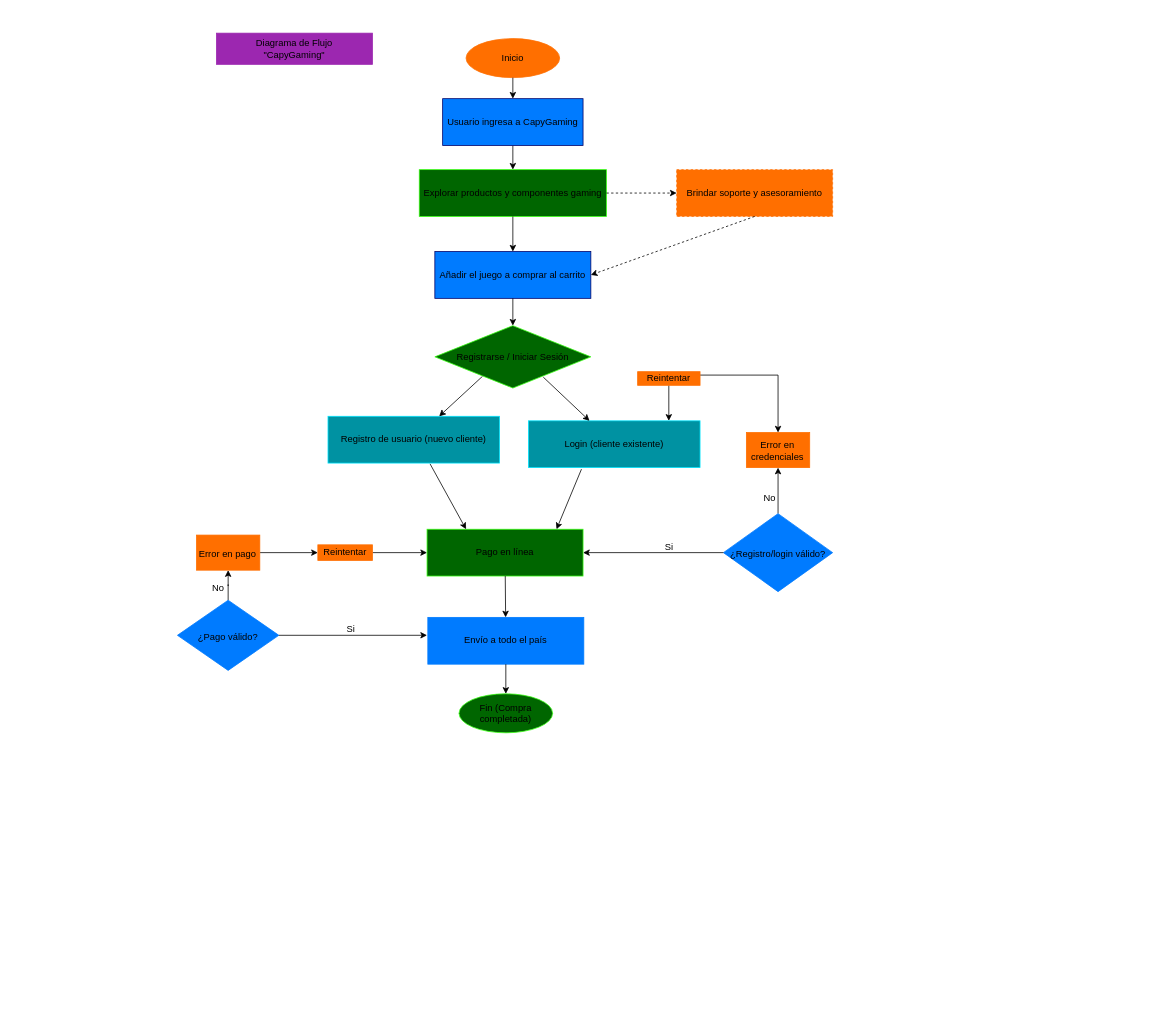
Above: Diagrama de flujo/capygaming_diagrama.drawio in PowerSystem2024/CapyGaming-CarpinchosProgramando (draw.io), before the change. Source tidied: cells renumbered, new cells numbered last; positions are measured from the earlier drawing's top-left corner, leaving out a move shared by most shapes. Both pictures are drawn from the tidied source at 78%, with x=0, y=0 at pixel (177, 33).
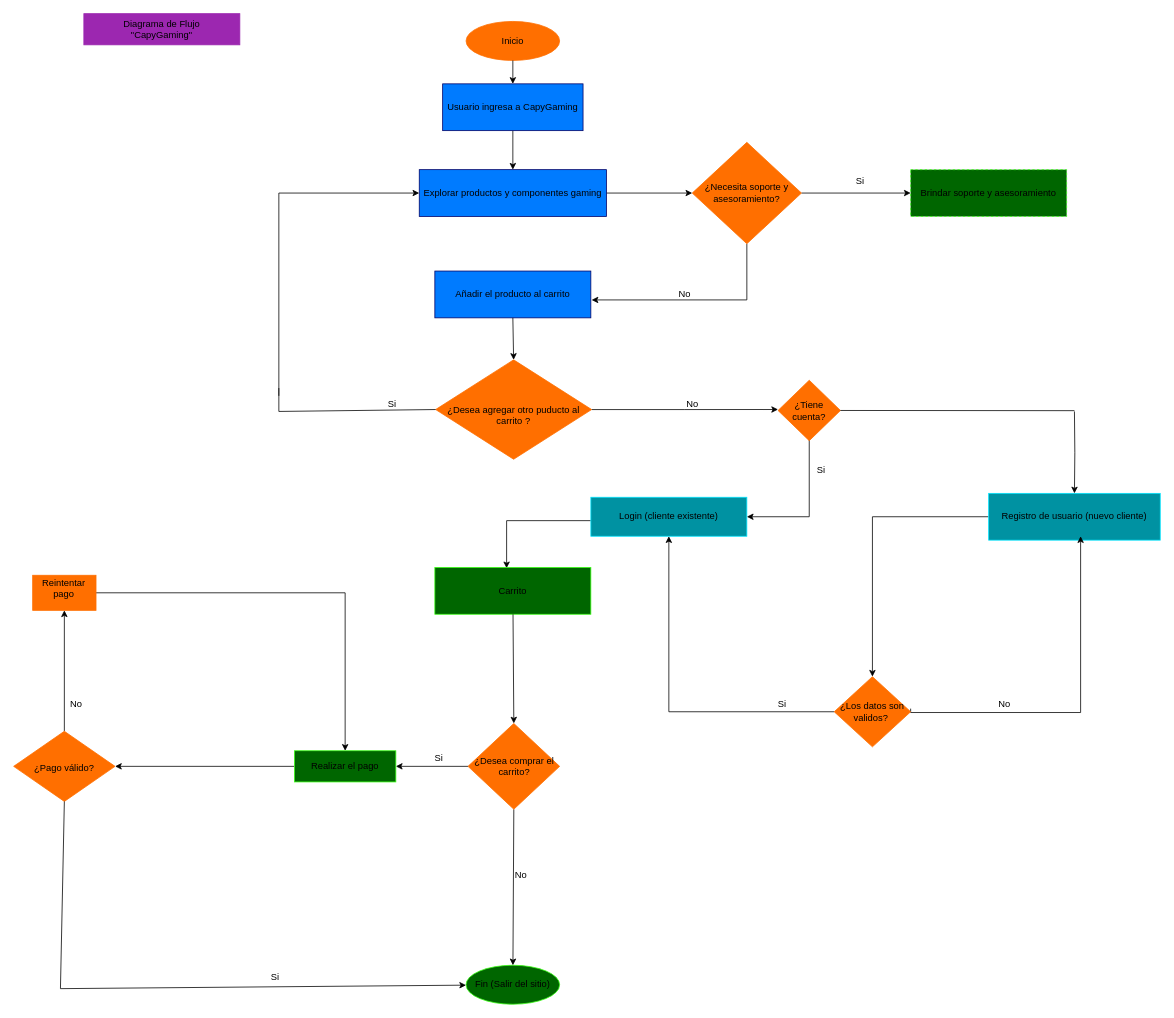
The same page after the edit.

Commit message (it also covers changes not shown here):
Agregando cambios de diagrama de flujo

Change to the diagram source:
```diff
@@
     <mxCell id="2" value="Inicio" style="ellipse;whiteSpace=wrap;html=1;fillColor=#FF6F00;strokeColor=#FF6F00;" parent="1" vertex="1">
-      <mxGeometry x="370" y="7" width="120" height="50" as="geometry" />
+      <mxGeometry x="370" y="-15" width="120" height="50" as="geometry" />
     </mxCell>
+    <mxCell id="44" style="edgeStyle=orthogonalEdgeStyle;rounded=0;jettySize=auto;html=1;" parent="1" edge="1" source="3" target="50">
+      <mxGeometry relative="1" as="geometry" />
+    </mxCell>
-    <mxCell id="3" value="Explorar productos y componentes gaming" style="rounded=0;whiteSpace=wrap;html=1;strokeColor=#39FF14;fillColor=#006600;" parent="1" vertex="1">
+    <mxCell id="3" value="Explorar productos y componentes gaming" style="rounded=0;whiteSpace=wrap;html=1;strokeColor=#000066;fillColor=#007BFF;" parent="1" vertex="1">
       <mxGeometry x="310" y="175" width="240" height="60" as="geometry" />
     </mxCell>
+    <mxCell id="45" style="edgeStyle=orthogonalEdgeStyle;rounded=0;jettySize=auto;html=1;" parent="1" edge="1" source="4">
+      <mxGeometry relative="1" as="geometry">
+        <mxPoint x="770" y="482.5" as="targetPoint" />
+      </mxGeometry>
+    </mxCell>
-    <mxCell id="4" value="Registrarse / Iniciar Sesión" style="rhombus;whiteSpace=wrap;html=1;strokeColor=#39FF14;fillColor=#006600;" parent="1" vertex="1">
-      <mxGeometry x="330" y="375" width="200" height="80" as="geometry" />
+    <mxCell id="4" value="&amp;nbsp; &amp;nbsp;&lt;div&gt;¿Desea agregar otro puducto al carrito ?&lt;/div&gt;" style="rhombus;whiteSpace=wrap;html=1;strokeColor=#FF6F00;fillColor=#FF6F00;" parent="1" vertex="1">
+      <mxGeometry x="331" y="418.8" width="200" height="127.5" as="geometry" />
     </mxCell>
+    <mxCell id="46" style="edgeStyle=orthogonalEdgeStyle;rounded=0;jettySize=auto;html=1;entryX=0.5;entryY=0;entryDx=0;entryDy=0;" parent="1" edge="1" target="5">
+      <mxGeometry relative="1" as="geometry">
+        <mxPoint x="1150" y="485" as="sourcePoint" />
+      </mxGeometry>
+    </mxCell>
+    <mxCell id="47" style="edgeStyle=orthogonalEdgeStyle;rounded=0;jettySize=auto;html=1;" parent="1" edge="1" source="5" target="63">
+      <mxGeometry relative="1" as="geometry" />
+    </mxCell>
     <mxCell id="5" value="Registro de usuario (nuevo cliente)" style="rounded=0;whiteSpace=wrap;html=1;strokeColor=#00E5FF;fillColor=#0092A2;" parent="1" vertex="1">
-      <mxGeometry x="193" y="491.2" width="220" height="60" as="geometry" />
+      <mxGeometry x="1040" y="590" width="220" height="60" as="geometry" />
     </mxCell>
+    <mxCell id="21" style="edgeStyle=orthogonalEdgeStyle;rounded=0;jettySize=auto;html=1;entryX=0.46;entryY=0.017;entryDx=0;entryDy=0;entryPerimeter=0;" parent="1" edge="1" source="6" target="7">
+      <mxGeometry relative="1" as="geometry">
+        <Array as="points">
+          <mxPoint x="422" y="625" />
+        </Array>
+      </mxGeometry>
+    </mxCell>
     <mxCell id="6" value="Login (cliente existente)" style="rounded=0;whiteSpace=wrap;html=1;fillColor=#0092A2;strokeColor=#00E5FF;" parent="1" vertex="1">
-      <mxGeometry x="450" y="497" width="220" height="60" as="geometry" />
+      <mxGeometry x="530" y="595" width="200" height="50" as="geometry" />
     </mxCell>
-    <mxCell id="7" value="Pago en línea" style="rounded=0;whiteSpace=wrap;html=1;fillColor=#006600;strokeColor=#39FF14;" parent="1" vertex="1">
-      <mxGeometry x="320" y="636" width="200" height="60" as="geometry" />
+    <mxCell id="7" value="Carrito" style="rounded=0;whiteSpace=wrap;html=1;fillColor=#006600;strokeColor=#39FF14;" parent="1" vertex="1">
+      <mxGeometry x="330" y="685" width="200" height="60" as="geometry" />
     </mxCell>
-    <mxCell id="8" value="Envío a todo el país" style="rounded=0;whiteSpace=wrap;html=1;fillColor=#007BFF;strokeColor=#007BFF;" parent="1" vertex="1">
-      <mxGeometry x="321" y="749" width="200" height="60" as="geometry" />
-    </mxCell>
-    <mxCell id="9" value="Fin (Compra completada)" style="ellipse;whiteSpace=wrap;html=1;fillColor=#006600;strokeColor=#39FF14;" parent="1" vertex="1">
-      <mxGeometry x="361" y="847" width="120" height="50" as="geometry" />
+    <mxCell id="9" value="Fin (Salir del sitio)" style="ellipse;whiteSpace=wrap;html=1;fillColor=#006600;strokeColor=#39FF14;" parent="1" vertex="1">
+      <mxGeometry x="370" y="1195" width="120" height="50" as="geometry" />
     </mxCell>
-    <mxCell id="10" value="Brindar soporte y asesoramiento" style="rounded=0;dashed=1;whiteSpace=wrap;html=1;fillColor=#FF6F00;strokeColor=#FF6F00;" parent="1" vertex="1">
-      <mxGeometry x="640" y="175" width="200" height="60" as="geometry" />
-    </mxCell>
@@
-    <mxCell id="13" style="entryX=0.5;entryY=0;entryDx=0;entryDy=0;" parent="1" edge="1" source="3" target="20">
-      <mxGeometry relative="1" as="geometry" />
-    </mxCell>
-    <mxCell id="14" style="exitX=0.305;exitY=0.813;exitDx=0;exitDy=0;exitPerimeter=0;" parent="1" edge="1" source="4" target="5">
-      <mxGeometry relative="1" as="geometry" />
-    </mxCell>
-    <mxCell id="15" style="exitX=0.695;exitY=0.825;exitDx=0;exitDy=0;exitPerimeter=0;" parent="1" edge="1" source="4" target="6">
-      <mxGeometry relative="1" as="geometry" />
-    </mxCell>
-    <mxCell id="16" parent="1" edge="1" source="7" target="8">
+    <mxCell id="16" style="entryX=0.5;entryY=0;entryDx=0;entryDy=0;" parent="1" edge="1" source="7" target="66">
       <mxGeometry relative="1" as="geometry" />
     </mxCell>
-    <mxCell id="17" parent="1" edge="1" source="8" target="9">
+    <mxCell id="17" style="exitX=0.5;exitY=1;exitDx=0;exitDy=0;" parent="1" edge="1" source="66" target="9">
       <mxGeometry relative="1" as="geometry" />
     </mxCell>
-    <mxCell id="18" style="dashed=1;" parent="1" edge="1" source="3" target="10">
-      <mxGeometry relative="1" as="geometry" />
-    </mxCell>
     <mxCell id="19" value="Usuario ingresa a CapyGaming" style="rounded=0;whiteSpace=wrap;html=1;fillColor=#007BFF;strokeColor=#000066;" parent="1" vertex="1">
-      <mxGeometry x="340" y="84" width="180" height="60" as="geometry" />
+      <mxGeometry x="340" y="65" width="180" height="60" as="geometry" />
     </mxCell>
-    <mxCell id="20" value="Añadir el juego a comprar al carrito" style="rounded=0;whiteSpace=wrap;html=1;fillColor=#007BFF;strokeColor=#000066;" parent="1" vertex="1">
-      <mxGeometry x="330" y="280" width="200" height="60" as="geometry" />
+    <mxCell id="20" value="Añadir el producto al carrito" style="rounded=0;whiteSpace=wrap;html=1;fillColor=#007BFF;strokeColor=#000066;" parent="1" vertex="1">
+      <mxGeometry x="330" y="305" width="200" height="60" as="geometry" />
     </mxCell>
-    <mxCell id="21" style="exitX=0.309;exitY=1.033;exitDx=0;exitDy=0;exitPerimeter=0;entryX=0.83;entryY=0;entryDx=0;entryDy=0;entryPerimeter=0;" parent="1" edge="1" source="6" target="7">
-      <mxGeometry relative="1" as="geometry" />
-    </mxCell>
-    <mxCell id="22" style="exitX=0.595;exitY=1.017;exitDx=0;exitDy=0;exitPerimeter=0;entryX=0.25;entryY=0;entryDx=0;entryDy=0;" parent="1" edge="1" source="5" target="7">
-      <mxGeometry relative="1" as="geometry" />
-    </mxCell>
-    <mxCell id="23" style="dashed=1;exitX=0.5;exitY=1;exitDx=0;exitDy=0;entryX=1;entryY=0.5;entryDx=0;entryDy=0;" parent="1" edge="1" source="10" target="20">
-      <mxGeometry relative="1" as="geometry" />
-    </mxCell>
-    <mxCell id="24" style="edgeStyle=orthogonalEdgeStyle;rounded=0;jettySize=auto;html=1;" parent="1" edge="1" source="25" target="30">
-      <mxGeometry relative="1" as="geometry" />
-    </mxCell>
-    <mxCell id="25" value="&lt;div&gt;&lt;br&gt;&lt;/div&gt;&lt;div&gt;&lt;span style=&quot;background-color: transparent; color: light-dark(rgb(0, 0, 0), rgb(255, 255, 255));&quot;&gt;¿Registro/login válido?&lt;/span&gt;&lt;/div&gt;&lt;p&gt;&lt;/p&gt;" style="rhombus;whiteSpace=wrap;html=1;fillColor=#007BFF;strokeColor=#007BFF;" parent="1" vertex="1">
-      <mxGeometry x="700" y="616" width="140" height="100" as="geometry" />
-    </mxCell>
@@
-    <mxCell id="27" style="edgeStyle=orthogonalEdgeStyle;rounded=0;jettySize=auto;html=1;entryX=0.5;entryY=0;entryDx=0;entryDy=0;exitX=1;exitY=0.25;exitDx=0;exitDy=0;" parent="1" edge="1" source="29" target="30">
-      <mxGeometry relative="1" as="geometry" />
-    </mxCell>
-    <mxCell id="28" style="edgeStyle=orthogonalEdgeStyle;rounded=0;jettySize=auto;html=1;entryX=0.818;entryY=0;entryDx=0;entryDy=0;entryPerimeter=0;" parent="1" edge="1" source="29" target="6">
-      <mxGeometry relative="1" as="geometry" />
-    </mxCell>
-    <mxCell id="29" value="Reintentar" style="rounded=0;whiteSpace=wrap;html=1;fillColor=#FF6F00;strokeColor=#FF6F00;" parent="1" vertex="1">
-      <mxGeometry x="590" y="434" width="80" height="17.5" as="geometry" />
-    </mxCell>
-    <mxCell id="30" value="&lt;div&gt;&amp;nbsp; &amp;nbsp;&lt;/div&gt;&lt;div&gt;&lt;span style=&quot;background-color: transparent; color: light-dark(rgb(0, 0, 0), rgb(255, 255, 255));&quot;&gt;Error en credenciales&lt;/span&gt;&lt;/div&gt;&lt;p&gt;&lt;/p&gt;" style="whiteSpace=wrap;html=1;rounded=0;strokeColor=#FF6F00;fillColor=#FF6F00;" parent="1" vertex="1">
-      <mxGeometry x="729.4" y="512" width="81.2" height="45" as="geometry" />
-    </mxCell>
-    <mxCell id="31" value="No" style="text;html=1;align=center;verticalAlign=middle;strokeColor=none;fillColor=none;" parent="1" vertex="1">
-      <mxGeometry x="739" y="581" width="40" height="30" as="geometry" />
-    </mxCell>
-    <mxCell id="32" value="Si" style="text;html=1;align=center;verticalAlign=middle;strokeColor=none;fillColor=none;" parent="1" vertex="1">
-      <mxGeometry x="615" y="643.5" width="30" height="30" as="geometry" />
-    </mxCell>
-    <mxCell id="33" style="endArrow=classic;html=1;rounded=0;exitX=0;exitY=0.5;exitDx=0;exitDy=0;entryX=1;entryY=0.5;entryDx=0;entryDy=0;" parent="1" edge="1" source="25" target="7">
-      <mxGeometry relative="1" as="geometry" />
-    </mxCell>
@@
-    <mxCell id="35" value="&lt;div&gt;&lt;br&gt;&lt;/div&gt;&lt;div&gt;¿Pago válido?&lt;/div&gt;&lt;p&gt;&lt;/p&gt;" style="rhombus;whiteSpace=wrap;html=1;fillColor=#007BFF;strokeColor=#007BFF;" parent="1" vertex="1">
-      <mxGeometry y="727" width="130" height="90" as="geometry" />
+    <mxCell id="35" value="&lt;div&gt;&lt;br&gt;&lt;/div&gt;&lt;div&gt;¿Pago válido?&lt;/div&gt;&lt;p&gt;&lt;/p&gt;" style="rhombus;whiteSpace=wrap;html=1;fillColor=#FF6F00;strokeColor=#FF6F00;" parent="1" vertex="1">
+      <mxGeometry x="-210" y="895" width="130" height="90" as="geometry" />
     </mxCell>
-    <mxCell id="36" style="edgeStyle=orthogonalEdgeStyle;rounded=0;jettySize=auto;html=1;" parent="1" edge="1" source="37" target="39">
+    <mxCell id="36" style="edgeStyle=orthogonalEdgeStyle;rounded=0;jettySize=auto;html=1;" parent="1" edge="1" source="37" target="71">
       <mxGeometry relative="1" as="geometry" />
     </mxCell>
-    <mxCell id="37" value="&lt;div&gt;&amp;nbsp; &amp;nbsp;&lt;/div&gt;&lt;div&gt;&lt;span style=&quot;background-color: transparent; color: light-dark(rgb(0, 0, 0), rgb(255, 255, 255));&quot;&gt;Error en pago&lt;/span&gt;&lt;/div&gt;&lt;p&gt;&lt;/p&gt;" style="whiteSpace=wrap;html=1;rounded=0;fillColor=#FF6F00;strokeColor=#FF6F00;" parent="1" vertex="1">
-      <mxGeometry x="24.4" y="643.5" width="81.2" height="45" as="geometry" />
+    <mxCell id="37" value="&lt;div&gt;Reintentar pago&lt;/div&gt;&lt;p&gt;&lt;/p&gt;" style="whiteSpace=wrap;html=1;rounded=0;fillColor=#FF6F00;strokeColor=#FF6F00;" parent="1" vertex="1">
+      <mxGeometry x="-185.6" y="695" width="81.2" height="45" as="geometry" />
     </mxCell>
-    <mxCell id="38" style="edgeStyle=orthogonalEdgeStyle;rounded=0;jettySize=auto;html=1;" parent="1" edge="1" source="39" target="7">
-      <mxGeometry relative="1" as="geometry" />
-    </mxCell>
-    <mxCell id="39" value="Reintentar" style="rounded=0;whiteSpace=wrap;html=1;fillColor=#FF6F00;strokeColor=#FF6F00;" parent="1" vertex="1">
-      <mxGeometry x="180" y="656" width="70" height="20" as="geometry" />
-    </mxCell>
-    <mxCell id="40" style="endArrow=classic;html=1;rounded=0;exitX=1;exitY=0.5;exitDx=0;exitDy=0;entryX=-0.005;entryY=0.383;entryDx=0;entryDy=0;entryPerimeter=0;" parent="1" edge="1" source="35" target="8">
-      <mxGeometry relative="1" as="geometry" />
-    </mxCell>
     <mxCell id="41" value="Diagrama de Flujo&lt;div&gt;&quot;CapyGaming&quot;&lt;/div&gt;" style="whiteSpace=wrap;html=1;fillColor=#9C27B0;strokeColor=#9C27B0;" parent="1" vertex="1">
-      <mxGeometry x="50" width="200" height="40" as="geometry" />
+      <mxGeometry x="-120" y="-25" width="200" height="40" as="geometry" />
     </mxCell>
-    <mxCell id="42" value="Si" style="text;html=1;align=center;verticalAlign=middle;strokeColor=none;fillColor=none;" parent="1" vertex="1">
-      <mxGeometry x="207" y="749" width="30" height="30" as="geometry" />
-    </mxCell>
-    <mxCell id="43" value="No" style="text;html=1;align=center;verticalAlign=middle;strokeColor=none;fillColor=none;" parent="1" vertex="1">
-      <mxGeometry x="32" y="697" width="40" height="30" as="geometry" />
-    </mxCell>
+    <mxCell id="48" style="edgeStyle=orthogonalEdgeStyle;rounded=0;jettySize=auto;html=1;entryX=1.005;entryY=0.617;entryDx=0;entryDy=0;entryPerimeter=0;" parent="1" edge="1" source="50" target="20">
+      <mxGeometry relative="1" as="geometry">
+        <Array as="points">
+          <mxPoint x="730" y="342" />
+        </Array>
+      </mxGeometry>
+    </mxCell>
+    <mxCell id="49" style="edgeStyle=orthogonalEdgeStyle;rounded=0;jettySize=auto;html=1;entryX=0;entryY=0.5;entryDx=0;entryDy=0;" parent="1" edge="1" source="50" target="10">
+      <mxGeometry relative="1" as="geometry" />
+    </mxCell>
+    <mxCell id="50" value="¿Necesita soporte y asesoramiento?" style="rhombus;whiteSpace=wrap;html=1;fillColor=#FF6F00;strokeColor=#FF6F00;" parent="1" vertex="1">
+      <mxGeometry x="660" y="140" width="140" height="130" as="geometry" />
+    </mxCell>
+    <mxCell id="51" value="No" style="text;html=1;align=center;verticalAlign=middle;strokeColor=none;fillColor=none;" parent="1" vertex="1">
+      <mxGeometry x="630" y="320" width="40" height="30" as="geometry" />
+    </mxCell>
+    <mxCell id="52" value="Si" style="text;html=1;align=center;verticalAlign=middle;strokeColor=none;fillColor=none;" parent="1" vertex="1">
+      <mxGeometry x="260" y="461.2" width="30" height="30" as="geometry" />
+    </mxCell>
+    <mxCell id="53" style="endArrow=classic;html=1;rounded=0;" parent="1" edge="1" target="3">
+      <mxGeometry relative="1" as="geometry">
+        <mxPoint x="130" y="205" as="sourcePoint" />
+      </mxGeometry>
+    </mxCell>
+    <mxCell id="54" style="endArrow=none;html=1;rounded=0;" parent="1" edge="1">
+      <mxGeometry relative="1" as="geometry">
+        <mxPoint x="130" y="465" as="sourcePoint" />
+        <mxPoint x="130" y="205" as="targetPoint" />
+      </mxGeometry>
+    </mxCell>
+    <mxCell id="55" style="endArrow=none;html=1;rounded=0;entryX=0;entryY=0.5;entryDx=0;entryDy=0;" parent="1" edge="1" target="4">
+      <mxGeometry relative="1" as="geometry">
+        <mxPoint x="130" y="455" as="sourcePoint" />
+        <Array as="points">
+          <mxPoint x="130" y="485" />
+        </Array>
+      </mxGeometry>
+    </mxCell>
+    <mxCell id="56" value="No" style="text;html=1;align=center;verticalAlign=middle;strokeColor=none;fillColor=none;" parent="1" vertex="1">
+      <mxGeometry x="640" y="461.2" width="40" height="30" as="geometry" />
+    </mxCell>
+    <mxCell id="57" style="edgeStyle=orthogonalEdgeStyle;rounded=0;jettySize=auto;html=1;exitX=0.5;exitY=1;exitDx=0;exitDy=0;entryX=1;entryY=0.5;entryDx=0;entryDy=0;" parent="1" edge="1" target="6">
+      <mxGeometry relative="1" as="geometry">
+        <mxPoint x="810" y="505" as="sourcePoint" />
+        <Array as="points">
+          <mxPoint x="810" y="620" />
+        </Array>
+      </mxGeometry>
+    </mxCell>
+    <mxCell id="58" value="¿Tiene cuenta?" style="rhombus;whiteSpace=wrap;html=1;fillColor=#FF6F00;strokeColor=#FF6F00;" parent="1" vertex="1">
+      <mxGeometry x="770" y="445" width="80" height="77.5" as="geometry" />
+    </mxCell>
+    <mxCell id="59" value="Si" style="text;html=1;align=center;verticalAlign=middle;strokeColor=none;fillColor=none;" parent="1" vertex="1">
+      <mxGeometry x="810" y="546.2" width="30" height="30" as="geometry" />
+    </mxCell>
+    <mxCell id="60" style="endArrow=none;html=1;rounded=0;exitX=1;exitY=0.5;exitDx=0;exitDy=0;" parent="1" edge="1" source="58">
+      <mxGeometry relative="1" as="geometry">
+        <mxPoint x="1150" y="484" as="targetPoint" />
+      </mxGeometry>
+    </mxCell>
+    <mxCell id="61" style="edgeStyle=orthogonalEdgeStyle;rounded=0;jettySize=auto;html=1;" parent="1" edge="1" source="63" target="6">
+      <mxGeometry relative="1" as="geometry" />
+    </mxCell>
+    <mxCell id="62" style="edgeStyle=orthogonalEdgeStyle;rounded=0;orthogonalLoop=1;jettySize=auto;html=1;entryX=0.536;entryY=0.983;entryDx=0;entryDy=0;entryPerimeter=0;exitX=1;exitY=0.5;exitDx=0;exitDy=0;" parent="1" edge="1">
+      <mxGeometry relative="1" as="geometry">
+        <mxPoint x="940" y="866" as="sourcePoint" />
+        <mxPoint x="1157.9" y="645" as="targetPoint" />
+        <Array as="points">
+          <mxPoint x="940" y="871" />
+          <mxPoint x="1158" y="871" />
+        </Array>
+      </mxGeometry>
+    </mxCell>
+    <mxCell id="63" value="¿Los datos son validos?&amp;nbsp;" style="rhombus;whiteSpace=wrap;html=1;fillColor=#FF6F00;strokeColor=#FF6F00;" parent="1" vertex="1">
+      <mxGeometry x="842" y="825" width="98" height="90" as="geometry" />
+    </mxCell>
+    <mxCell id="64" value="Si" style="text;html=1;align=center;verticalAlign=middle;strokeColor=none;fillColor=none;" parent="1" vertex="1">
+      <mxGeometry x="760" y="845" width="30" height="30" as="geometry" />
+    </mxCell>
+    <mxCell id="65" value="No" style="text;html=1;align=center;verticalAlign=middle;strokeColor=none;fillColor=none;" parent="1" vertex="1">
+      <mxGeometry x="1040" y="845" width="40" height="30" as="geometry" />
+    </mxCell>
+    <mxCell id="66" value="¿Desea comprar el carrito?" style="rhombus;whiteSpace=wrap;html=1;fillColor=#FF6F00;strokeColor=#FF6F00;" parent="1" vertex="1">
+      <mxGeometry x="372.5" y="885" width="117.5" height="110" as="geometry" />
+    </mxCell>
+    <mxCell id="67" style="endArrow=classic;html=1;rounded=0;exitX=0;exitY=0.5;exitDx=0;exitDy=0;entryX=1;entryY=0.5;entryDx=0;entryDy=0;" parent="1" edge="1" source="66" target="71">
+      <mxGeometry relative="1" as="geometry" />
+    </mxCell>
+    <mxCell id="68" value="No" style="text;html=1;align=center;verticalAlign=middle;strokeColor=none;fillColor=none;" parent="1" vertex="1">
+      <mxGeometry x="420" y="1065" width="40" height="30" as="geometry" />
+    </mxCell>
+    <mxCell id="69" value="Si" style="text;html=1;align=center;verticalAlign=middle;strokeColor=none;fillColor=none;" parent="1" vertex="1">
+      <mxGeometry x="320" y="915" width="30" height="30" as="geometry" />
+    </mxCell>
+    <mxCell id="70" style="edgeStyle=orthogonalEdgeStyle;rounded=0;jettySize=auto;html=1;entryX=1;entryY=0.5;entryDx=0;entryDy=0;" parent="1" edge="1" source="71" target="35">
+      <mxGeometry relative="1" as="geometry" />
+    </mxCell>
+    <mxCell id="71" value="Realizar el pago" style="rounded=0;whiteSpace=wrap;html=1;fillColor=#006600;strokeColor=#39FF14;" parent="1" vertex="1">
+      <mxGeometry x="150" y="920" width="130" height="40" as="geometry" />
+    </mxCell>
+    <mxCell id="72" value="No" style="text;html=1;align=center;verticalAlign=middle;strokeColor=none;fillColor=none;" parent="1" vertex="1">
+      <mxGeometry x="-150" y="845" width="40" height="30" as="geometry" />
+    </mxCell>
+    <mxCell id="73" style="endArrow=classic;html=1;rounded=0;exitX=0.5;exitY=1;exitDx=0;exitDy=0;" parent="1" edge="1" source="35" target="9">
+      <mxGeometry relative="1" as="geometry">
+        <Array as="points">
+          <mxPoint x="-150" y="1225" />
+        </Array>
+      </mxGeometry>
+    </mxCell>
+    <mxCell id="74" value="Si" style="text;html=1;align=center;verticalAlign=middle;strokeColor=none;fillColor=none;" parent="1" vertex="1">
+      <mxGeometry x="110" y="1195" width="30" height="30" as="geometry" />
+    </mxCell>
+    <mxCell id="75" value="Si" style="text;html=1;align=center;verticalAlign=middle;strokeColor=none;fillColor=none;" parent="1" vertex="1">
+      <mxGeometry x="860" y="175" width="30" height="30" as="geometry" />
+    </mxCell>
+    <mxCell id="10" value="Brindar soporte y asesoramiento" style="rounded=0;dashed=1;whiteSpace=wrap;html=1;fillColor=#006600;strokeColor=#39FF14;" parent="1" vertex="1">
+      <mxGeometry x="940" y="175" width="200" height="60" as="geometry" />
+    </mxCell>
```
